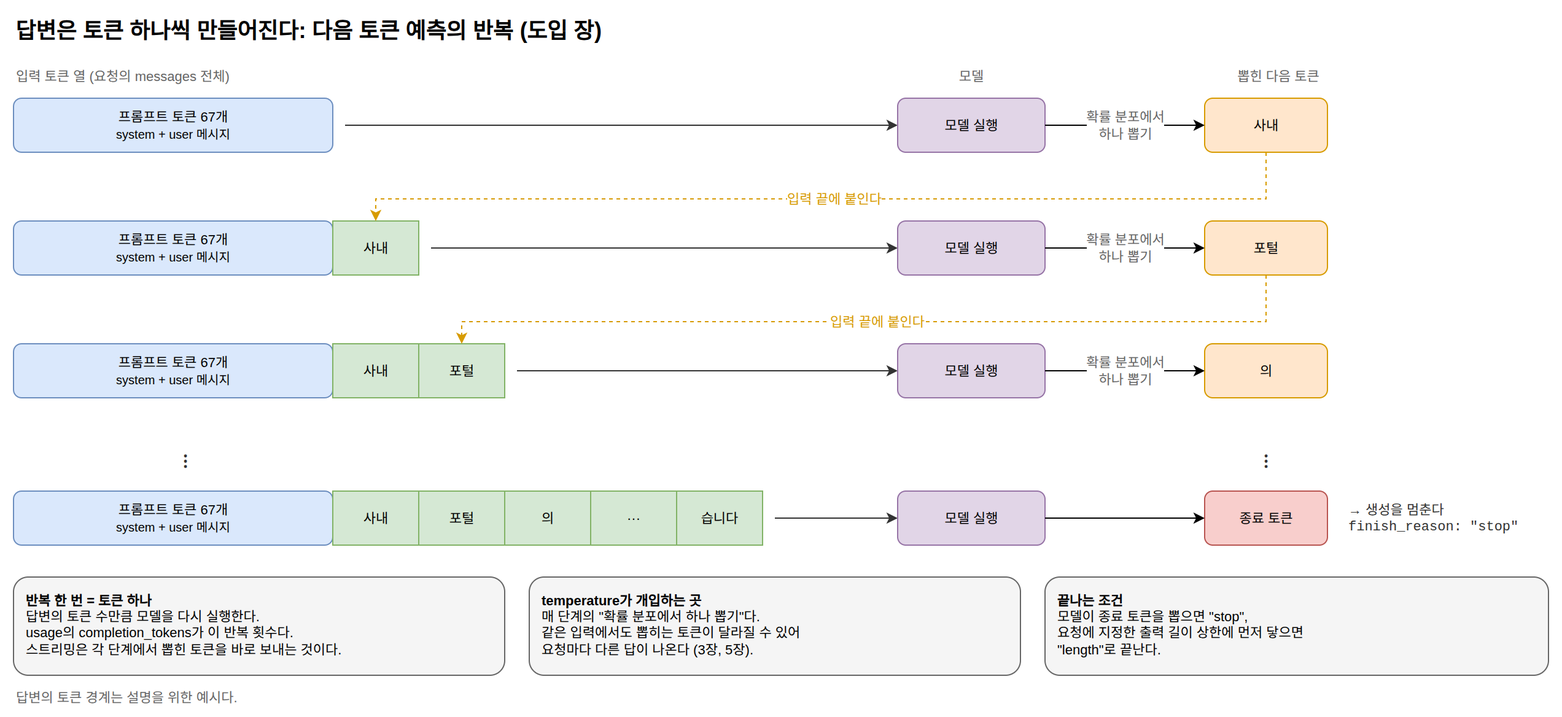
Before: book/diagrams/ch00-generation-loop.drawio.png, a diagram exported from draw.io (benelog/llm-principles). Source tidied: cells renumbered, new cells last; positions are measured from the earlier drawing's top-left corner, leaving out a move shared by most shapes. Source of this version:
```xml
<mxGraphModel>
  <root>
    <mxCell id="0" />
    <mxCell id="1" parent="0" />
    <mxCell id="2" value="답변은 토큰 하나씩 만들어진다: 다음 토큰 예측의 반복 (도입 장)" style="text;html=1;fontSize=18;fontStyle=1;align=left;verticalAlign=middle;" parent="1" vertex="1">
      <mxGeometry width="1100" height="30" as="geometry" />
    </mxCell>
    <mxCell id="3" value="입력 토큰 열 (요청의 messages 전체)" style="text;html=1;whiteSpace=wrap;fontSize=11;fontColor=#666666;align=left;verticalAlign=middle;" parent="1" vertex="1">
      <mxGeometry y="42" width="400" height="20" as="geometry" />
    </mxCell>
    <mxCell id="4" value="모델" style="text;html=1;whiteSpace=wrap;fontSize=11;fontColor=#666666;align=center;verticalAlign=middle;" parent="1" vertex="1">
      <mxGeometry x="720" y="42" width="120" height="20" as="geometry" />
    </mxCell>
    <mxCell id="5" value="뽑힌 다음 토큰" style="text;html=1;whiteSpace=wrap;fontSize=11;fontColor=#666666;align=center;verticalAlign=middle;" parent="1" vertex="1">
      <mxGeometry x="960" y="42" width="140" height="20" as="geometry" />
    </mxCell>
    <mxCell id="6" value="프롬프트 토큰 67개&lt;br&gt;&lt;font style=&quot;font-size:10px&quot;&gt;system + user 메시지&lt;/font&gt;" style="rounded=1;whiteSpace=wrap;html=1;fillColor=#dae8fc;strokeColor=#6c8ebf;fontSize=11;" parent="1" vertex="1">
      <mxGeometry y="70" width="260" height="44" as="geometry" />
    </mxCell>
    <mxCell id="7" style="html=1;fontSize=11;endArrow=classic;strokeColor=#333333;" parent="1" edge="1">
      <mxGeometry relative="1" as="geometry">
        <mxPoint x="270" y="92" as="sourcePoint" />
        <mxPoint x="720" y="92" as="targetPoint" />
      </mxGeometry>
    </mxCell>
    <mxCell id="8" value="모델 실행" style="rounded=1;whiteSpace=wrap;html=1;fillColor=#e1d5e7;strokeColor=#9673a6;fontSize=11;" parent="1" vertex="1">
      <mxGeometry x="720" y="70" width="120" height="44" as="geometry" />
    </mxCell>
    <mxCell id="9" value="사내" style="rounded=1;whiteSpace=wrap;html=1;fillColor=#ffe6cc;strokeColor=#d79b00;fontSize=11;" parent="1" vertex="1">
      <mxGeometry x="970" y="70" width="100" height="44" as="geometry" />
    </mxCell>
    <mxCell id="10" value="확률 분포에서&lt;br&gt;하나 뽑기" style="edgeStyle=orthogonalEdgeStyle;rounded=0;html=1;fontSize=11;fontColor=#666666;" parent="1" edge="1" source="8" target="9">
      <mxGeometry relative="1" as="geometry" />
    </mxCell>
    <mxCell id="11" value="프롬프트 토큰 67개&lt;br&gt;&lt;font style=&quot;font-size:10px&quot;&gt;system + user 메시지&lt;/font&gt;" style="rounded=1;whiteSpace=wrap;html=1;fillColor=#dae8fc;strokeColor=#6c8ebf;fontSize=11;" parent="1" vertex="1">
      <mxGeometry y="170" width="260" height="44" as="geometry" />
    </mxCell>
    <mxCell id="12" value="사내" style="rounded=0;whiteSpace=wrap;html=1;fillColor=#d5e8d4;strokeColor=#82b366;fontSize=11;" parent="1" vertex="1">
      <mxGeometry x="260" y="170" width="70" height="44" as="geometry" />
    </mxCell>
    <mxCell id="13" value="입력 끝에 붙인다" style="edgeStyle=orthogonalEdgeStyle;rounded=0;html=1;fontSize=11;dashed=1;strokeColor=#d79b00;fontColor=#d79b00;exitX=0.5;exitY=1;entryX=0.5;entryY=0;" parent="1" edge="1" source="9" target="12">
      <mxGeometry relative="1" as="geometry">
        <Array as="points">
          <mxPoint x="1020" y="152" />
          <mxPoint x="295" y="152" />
        </Array>
      </mxGeometry>
    </mxCell>
    <mxCell id="14" style="html=1;fontSize=11;endArrow=classic;strokeColor=#333333;" parent="1" edge="1">
      <mxGeometry relative="1" as="geometry">
        <mxPoint x="340" y="192" as="sourcePoint" />
        <mxPoint x="720" y="192" as="targetPoint" />
      </mxGeometry>
    </mxCell>
    <mxCell id="15" value="모델 실행" style="rounded=1;whiteSpace=wrap;html=1;fillColor=#e1d5e7;strokeColor=#9673a6;fontSize=11;" parent="1" vertex="1">
      <mxGeometry x="720" y="170" width="120" height="44" as="geometry" />
    </mxCell>
    <mxCell id="16" value="포털" style="rounded=1;whiteSpace=wrap;html=1;fillColor=#ffe6cc;strokeColor=#d79b00;fontSize=11;" parent="1" vertex="1">
      <mxGeometry x="970" y="170" width="100" height="44" as="geometry" />
    </mxCell>
    <mxCell id="17" value="확률 분포에서&lt;br&gt;하나 뽑기" style="edgeStyle=orthogonalEdgeStyle;rounded=0;html=1;fontSize=11;fontColor=#666666;" parent="1" edge="1" source="15" target="16">
      <mxGeometry relative="1" as="geometry" />
    </mxCell>
    <mxCell id="18" value="프롬프트 토큰 67개&lt;br&gt;&lt;font style=&quot;font-size:10px&quot;&gt;system + user 메시지&lt;/font&gt;" style="rounded=1;whiteSpace=wrap;html=1;fillColor=#dae8fc;strokeColor=#6c8ebf;fontSize=11;" parent="1" vertex="1">
      <mxGeometry y="270" width="260" height="44" as="geometry" />
    </mxCell>
    <mxCell id="19" value="사내" style="rounded=0;whiteSpace=wrap;html=1;fillColor=#d5e8d4;strokeColor=#82b366;fontSize=11;" parent="1" vertex="1">
      <mxGeometry x="260" y="270" width="70" height="44" as="geometry" />
    </mxCell>
    <mxCell id="20" value="포털" style="rounded=0;whiteSpace=wrap;html=1;fillColor=#d5e8d4;strokeColor=#82b366;fontSize=11;" parent="1" vertex="1">
      <mxGeometry x="330" y="270" width="70" height="44" as="geometry" />
    </mxCell>
    <mxCell id="21" value="입력 끝에 붙인다" style="edgeStyle=orthogonalEdgeStyle;rounded=0;html=1;fontSize=11;dashed=1;strokeColor=#d79b00;fontColor=#d79b00;exitX=0.5;exitY=1;entryX=0.5;entryY=0;" parent="1" edge="1" source="16" target="20">
      <mxGeometry relative="1" as="geometry">
        <Array as="points">
          <mxPoint x="1020" y="252" />
          <mxPoint x="365" y="252" />
        </Array>
      </mxGeometry>
    </mxCell>
    <mxCell id="22" style="html=1;fontSize=11;endArrow=classic;strokeColor=#333333;" parent="1" edge="1">
      <mxGeometry relative="1" as="geometry">
        <mxPoint x="410" y="292" as="sourcePoint" />
        <mxPoint x="720" y="292" as="targetPoint" />
      </mxGeometry>
    </mxCell>
    <mxCell id="23" value="모델 실행" style="rounded=1;whiteSpace=wrap;html=1;fillColor=#e1d5e7;strokeColor=#9673a6;fontSize=11;" parent="1" vertex="1">
      <mxGeometry x="720" y="270" width="120" height="44" as="geometry" />
    </mxCell>
    <mxCell id="24" value="의" style="rounded=1;whiteSpace=wrap;html=1;fillColor=#ffe6cc;strokeColor=#d79b00;fontSize=11;" parent="1" vertex="1">
      <mxGeometry x="970" y="270" width="100" height="44" as="geometry" />
    </mxCell>
    <mxCell id="25" value="확률 분포에서&lt;br&gt;하나 뽑기" style="edgeStyle=orthogonalEdgeStyle;rounded=0;html=1;fontSize=11;fontColor=#666666;" parent="1" edge="1" source="23" target="24">
      <mxGeometry relative="1" as="geometry" />
    </mxCell>
    <mxCell id="26" value="⋮" style="text;html=1;whiteSpace=wrap;fontSize=18;fontColor=#333333;align=center;verticalAlign=middle;" parent="1" vertex="1">
      <mxGeometry x="120" y="350" width="40" height="30" as="geometry" />
    </mxCell>
    <mxCell id="27" value="⋮" style="text;html=1;whiteSpace=wrap;fontSize=18;fontColor=#333333;align=center;verticalAlign=middle;" parent="1" vertex="1">
      <mxGeometry x="1000" y="350" width="40" height="30" as="geometry" />
    </mxCell>
    <mxCell id="28" value="프롬프트 토큰 67개&lt;br&gt;&lt;font style=&quot;font-size:10px&quot;&gt;system + user 메시지&lt;/font&gt;" style="rounded=1;whiteSpace=wrap;html=1;fillColor=#dae8fc;strokeColor=#6c8ebf;fontSize=11;" parent="1" vertex="1">
      <mxGeometry y="390" width="260" height="44" as="geometry" />
    </mxCell>
    <mxCell id="29" value="사내" style="rounded=0;whiteSpace=wrap;html=1;fillColor=#d5e8d4;strokeColor=#82b366;fontSize=11;" parent="1" vertex="1">
      <mxGeometry x="260" y="390" width="70" height="44" as="geometry" />
    </mxCell>
    <mxCell id="30" value="포털" style="rounded=0;whiteSpace=wrap;html=1;fillColor=#d5e8d4;strokeColor=#82b366;fontSize=11;" parent="1" vertex="1">
      <mxGeometry x="330" y="390" width="70" height="44" as="geometry" />
    </mxCell>
    <mxCell id="31" value="의" style="rounded=0;whiteSpace=wrap;html=1;fillColor=#d5e8d4;strokeColor=#82b366;fontSize=11;" parent="1" vertex="1">
      <mxGeometry x="400" y="390" width="70" height="44" as="geometry" />
    </mxCell>
    <mxCell id="32" value="···" style="rounded=0;whiteSpace=wrap;html=1;fillColor=#d5e8d4;strokeColor=#82b366;fontSize=11;" parent="1" vertex="1">
      <mxGeometry x="470" y="390" width="70" height="44" as="geometry" />
    </mxCell>
    <mxCell id="33" value="습니다" style="rounded=0;whiteSpace=wrap;html=1;fillColor=#d5e8d4;strokeColor=#82b366;fontSize=11;" parent="1" vertex="1">
      <mxGeometry x="540" y="390" width="70" height="44" as="geometry" />
    </mxCell>
    <mxCell id="34" style="html=1;fontSize=11;endArrow=classic;strokeColor=#333333;" parent="1" edge="1">
      <mxGeometry relative="1" as="geometry">
        <mxPoint x="620" y="412" as="sourcePoint" />
        <mxPoint x="720" y="412" as="targetPoint" />
      </mxGeometry>
    </mxCell>
    <mxCell id="35" value="모델 실행" style="rounded=1;whiteSpace=wrap;html=1;fillColor=#e1d5e7;strokeColor=#9673a6;fontSize=11;" parent="1" vertex="1">
      <mxGeometry x="720" y="390" width="120" height="44" as="geometry" />
    </mxCell>
    <mxCell id="36" value="종료 토큰" style="rounded=1;whiteSpace=wrap;html=1;fillColor=#f8cecc;strokeColor=#b85450;fontSize=11;" parent="1" vertex="1">
      <mxGeometry x="970" y="390" width="100" height="44" as="geometry" />
    </mxCell>
    <mxCell id="37" style="edgeStyle=orthogonalEdgeStyle;rounded=0;html=1;fontSize=11;" parent="1" edge="1" source="35" target="36">
      <mxGeometry relative="1" as="geometry" />
    </mxCell>
    <mxCell id="38" value="→ 생성을 멈춘다&lt;br&gt;&lt;font face=&quot;Courier New&quot;&gt;finish_reason: &quot;stop&quot;&lt;/font&gt;" style="text;html=1;whiteSpace=wrap;fontSize=11;fontColor=#333333;align=left;verticalAlign=middle;" parent="1" vertex="1">
      <mxGeometry x="1085" y="390" width="170" height="44" as="geometry" />
    </mxCell>
    <mxCell id="39" value="&lt;b&gt;반복 한 번 = 토큰 하나&lt;/b&gt;&lt;br&gt;답변의 토큰 수만큼 모델을 다시 실행한다.&lt;br&gt;usage의 completion_tokens가 이 반복 횟수다.&lt;br&gt;스트리밍은 각 단계에서 뽑힌 토큰을 바로 보내는 것이다." style="rounded=1;whiteSpace=wrap;html=1;fillColor=#f5f5f5;strokeColor=#666666;fontSize=11;align=left;spacingLeft=8;spacingRight=8;verticalAlign=top;spacingTop=6;" parent="1" vertex="1">
      <mxGeometry y="460" width="400" height="80" as="geometry" />
    </mxCell>
    <mxCell id="40" value="&lt;b&gt;temperature가 개입하는 곳&lt;/b&gt;&lt;br&gt;매 단계의 &quot;확률 분포에서 하나 뽑기&quot;다.&lt;br&gt;같은 입력에서도 뽑히는 토큰이 달라질 수 있어&lt;br&gt;요청마다 다른 답이 나온다 (3장, 5장)." style="rounded=1;whiteSpace=wrap;html=1;fillColor=#f5f5f5;strokeColor=#666666;fontSize=11;align=left;spacingLeft=8;spacingRight=8;verticalAlign=top;spacingTop=6;" parent="1" vertex="1">
      <mxGeometry x="420" y="460" width="400" height="80" as="geometry" />
    </mxCell>
    <mxCell id="41" value="&lt;b&gt;끝나는 조건&lt;/b&gt;&lt;br&gt;모델이 종료 토큰을 뽑으면 &quot;stop&quot;,&lt;br&gt;요청에 지정한 출력 길이 상한에 먼저 닿으면&lt;br&gt;&quot;length&quot;로 끝난다." style="rounded=1;whiteSpace=wrap;html=1;fillColor=#f5f5f5;strokeColor=#666666;fontSize=11;align=left;spacingLeft=8;spacingRight=8;verticalAlign=top;spacingTop=6;" parent="1" vertex="1">
      <mxGeometry x="840" y="460" width="410" height="80" as="geometry" />
    </mxCell>
    <mxCell id="42" value="답변의 토큰 경계는 설명을 위한 예시다." style="text;html=1;whiteSpace=wrap;fontSize=11;fontColor=#666666;align=left;verticalAlign=middle;" parent="1" vertex="1">
      <mxGeometry y="548" width="600" height="20" as="geometry" />
    </mxCell>
  </root>
</mxGraphModel>
```
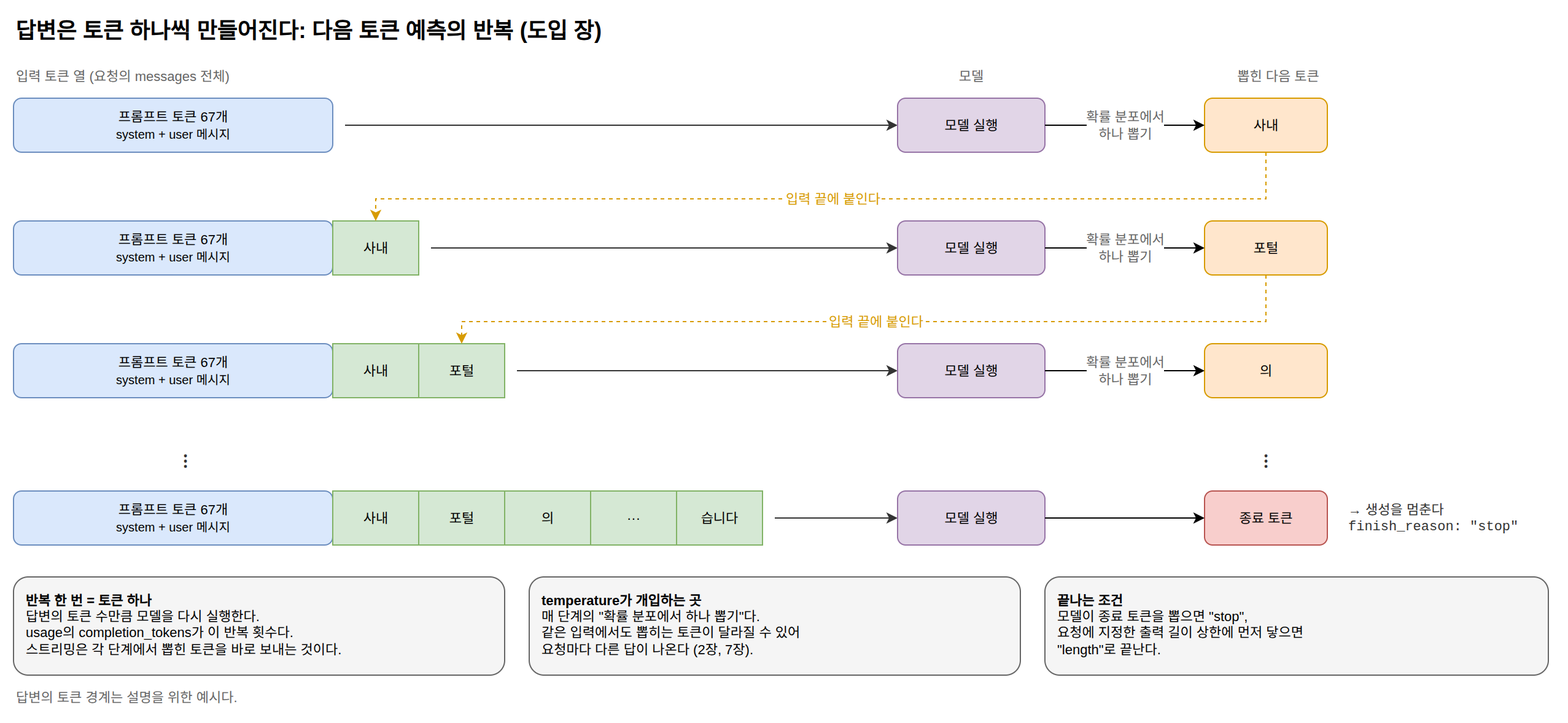
Later version of the same file.

Diff of the diagram source:
```diff
@@ -138,7 +138,7 @@
     <mxCell id="39" value="&lt;b&gt;반복 한 번 = 토큰 하나&lt;/b&gt;&lt;br&gt;답변의 토큰 수만큼 모델을 다시 실행한다.&lt;br&gt;usage의 completion_tokens가 이 반복 횟수다.&lt;br&gt;스트리밍은 각 단계에서 뽑힌 토큰을 바로 보내는 것이다." style="rounded=1;whiteSpace=wrap;html=1;fillColor=#f5f5f5;strokeColor=#666666;fontSize=11;align=left;spacingLeft=8;spacingRight=8;verticalAlign=top;spacingTop=6;" parent="1" vertex="1">
       <mxGeometry y="460" width="400" height="80" as="geometry" />
     </mxCell>
-    <mxCell id="40" value="&lt;b&gt;temperature가 개입하는 곳&lt;/b&gt;&lt;br&gt;매 단계의 &quot;확률 분포에서 하나 뽑기&quot;다.&lt;br&gt;같은 입력에서도 뽑히는 토큰이 달라질 수 있어&lt;br&gt;요청마다 다른 답이 나온다 (3장, 5장)." style="rounded=1;whiteSpace=wrap;html=1;fillColor=#f5f5f5;strokeColor=#666666;fontSize=11;align=left;spacingLeft=8;spacingRight=8;verticalAlign=top;spacingTop=6;" parent="1" vertex="1">
+    <mxCell id="40" value="&lt;b&gt;temperature가 개입하는 곳&lt;/b&gt;&lt;br&gt;매 단계의 &quot;확률 분포에서 하나 뽑기&quot;다.&lt;br&gt;같은 입력에서도 뽑히는 토큰이 달라질 수 있어&lt;br&gt;요청마다 다른 답이 나온다 (2장, 7장)." style="rounded=1;whiteSpace=wrap;html=1;fillColor=#f5f5f5;strokeColor=#666666;fontSize=11;align=left;spacingLeft=8;spacingRight=8;verticalAlign=top;spacingTop=6;" parent="1" vertex="1">
       <mxGeometry x="420" y="460" width="400" height="80" as="geometry" />
     </mxCell>
     <mxCell id="41" value="&lt;b&gt;끝나는 조건&lt;/b&gt;&lt;br&gt;모델이 종료 토큰을 뽑으면 &quot;stop&quot;,&lt;br&gt;요청에 지정한 출력 길이 상한에 먼저 닿으면&lt;br&gt;&quot;length&quot;로 끝난다." style="rounded=1;whiteSpace=wrap;html=1;fillColor=#f5f5f5;strokeColor=#666666;fontSize=11;align=left;spacingLeft=8;spacingRight=8;verticalAlign=top;spacingTop=6;" parent="1" vertex="1">
```
